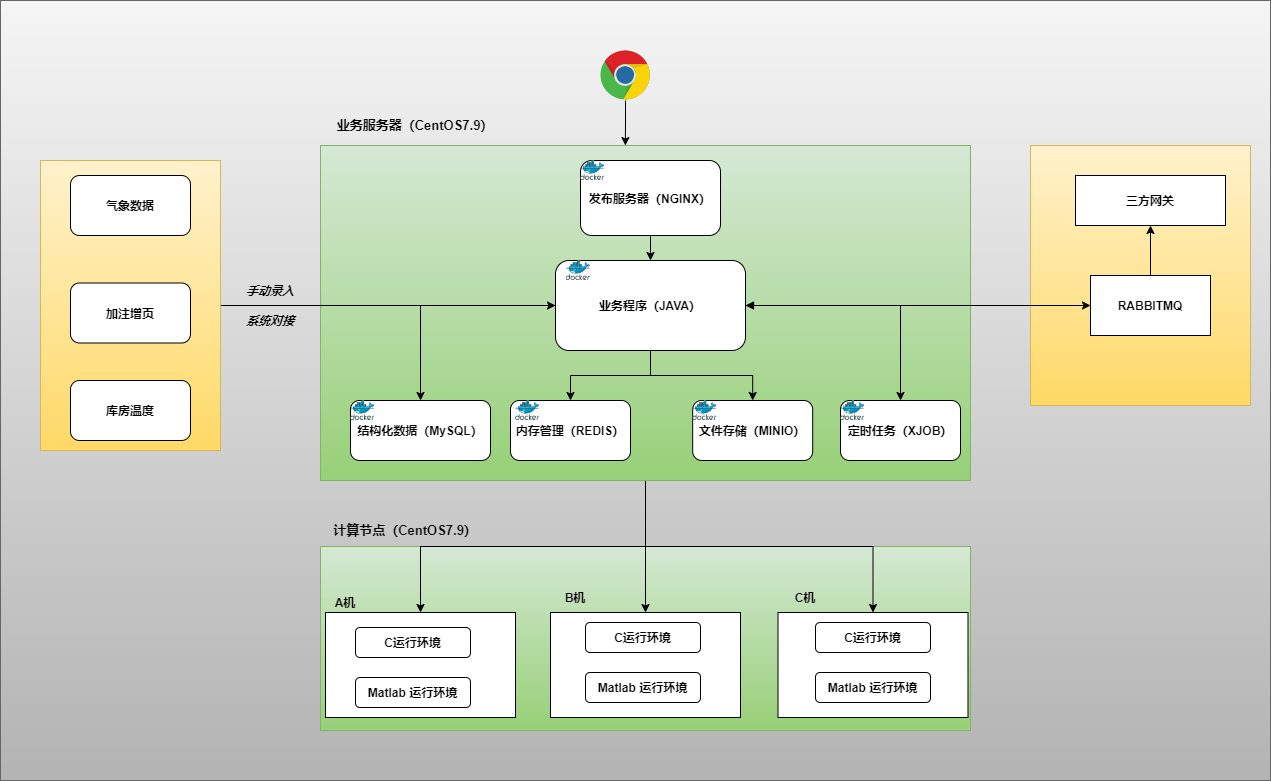
The draw.io diagram 加注项目图.drawio.png in liz2m/draw.images, before a commit. Source tidied: cells renumbered, new cells last; positions are measured from the earlier drawing's top-left corner, leaving out a move shared by most shapes. The source it was exported from:
```xml
<mxGraphModel>
  <root>
    <mxCell id="0" />
    <mxCell id="1" parent="0" />
    <mxCell id="2" style="rounded=0;whiteSpace=wrap;html=1;fillColor=#f5f5f5;strokeColor=#666666;gradientColor=#b3b3b3;" parent="1" vertex="1">
      <mxGeometry width="1270" height="780" as="geometry" />
    </mxCell>
    <mxCell id="3" style="rounded=0;whiteSpace=wrap;html=1;fillColor=#d5e8d4;strokeColor=#82b366;gradientColor=#97d077;" parent="1" vertex="1">
      <mxGeometry x="320" y="546" width="650" height="184" as="geometry" />
    </mxCell>
    <mxCell id="4" style="rounded=0;whiteSpace=wrap;html=1;fillColor=#fff2cc;strokeColor=#d6b656;gradientColor=#ffd966;" parent="1" vertex="1">
      <mxGeometry x="1030" y="145" width="220" height="260" as="geometry" />
    </mxCell>
    <mxCell id="5" style="edgeStyle=orthogonalEdgeStyle;rounded=0;jettySize=auto;html=1;entryX=0.5;entryY=0;entryDx=0;entryDy=0;" parent="1" edge="1" source="8" target="34">
      <mxGeometry relative="1" as="geometry" />
    </mxCell>
    <mxCell id="6" style="edgeStyle=orthogonalEdgeStyle;rounded=0;jettySize=auto;html=1;" parent="1" edge="1" source="8" target="38">
      <mxGeometry relative="1" as="geometry" />
    </mxCell>
    <mxCell id="7" style="edgeStyle=orthogonalEdgeStyle;rounded=0;jettySize=auto;html=1;entryX=0.5;entryY=0;entryDx=0;entryDy=0;" parent="1" edge="1" source="8" target="30">
      <mxGeometry relative="1" as="geometry" />
    </mxCell>
    <mxCell id="8" style="rounded=0;whiteSpace=wrap;html=1;fillColor=#d5e8d4;strokeColor=#82b366;gradientColor=#97d077;" parent="1" vertex="1">
      <mxGeometry x="320" y="145" width="650" height="335" as="geometry" />
    </mxCell>
    <mxCell id="9" style="dashed=0;outlineConnect=0;html=1;align=center;labelPosition=center;verticalLabelPosition=bottom;verticalAlign=top;shape=mxgraph.weblogos.chrome;" parent="1" vertex="1">
      <mxGeometry x="600" y="50" width="50" height="50" as="geometry" />
    </mxCell>
    <mxCell id="10" value="业务服务器（CentOS7.9）" style="text;html=1;align=center;verticalAlign=middle;whiteSpace=wrap;rounded=0;fontStyle=1;fontSize=13;" parent="1" vertex="1">
      <mxGeometry x="330" y="110" width="170" height="30" as="geometry" />
    </mxCell>
    <mxCell id="11" style="edgeStyle=orthogonalEdgeStyle;rounded=0;jettySize=auto;html=1;" parent="1" edge="1" source="12" target="18">
      <mxGeometry relative="1" as="geometry" />
    </mxCell>
    <mxCell id="12" value="发布服务器（NGINX）" style="rounded=1;whiteSpace=wrap;html=1;fontStyle=1;" parent="1" vertex="1">
      <mxGeometry x="580" y="160" width="140" height="75" as="geometry" />
    </mxCell>
    <mxCell id="13" style="edgeStyle=orthogonalEdgeStyle;rounded=0;jettySize=auto;html=1;" parent="1" edge="1" source="18" target="21">
      <mxGeometry relative="1" as="geometry" />
    </mxCell>
    <mxCell id="14" style="edgeStyle=orthogonalEdgeStyle;rounded=0;jettySize=auto;html=1;" parent="1" edge="1" source="18" target="22">
      <mxGeometry relative="1" as="geometry" />
    </mxCell>
    <mxCell id="15" style="edgeStyle=orthogonalEdgeStyle;rounded=0;jettySize=auto;html=1;" parent="1" edge="1" source="18" target="23">
      <mxGeometry relative="1" as="geometry" />
    </mxCell>
    <mxCell id="16" style="edgeStyle=orthogonalEdgeStyle;rounded=0;jettySize=auto;html=1;entryX=0.5;entryY=0;entryDx=0;entryDy=0;" parent="1" edge="1" source="18" target="27">
      <mxGeometry relative="1" as="geometry" />
    </mxCell>
    <mxCell id="17" style="edgeStyle=orthogonalEdgeStyle;rounded=0;jettySize=auto;html=1;startArrow=block;startFill=1;" parent="1" edge="1" source="18" target="43">
      <mxGeometry relative="1" as="geometry" />
    </mxCell>
    <mxCell id="18" value="业务程序（JAVA）" style="rounded=1;whiteSpace=wrap;html=1;fontStyle=1;" parent="1" vertex="1">
      <mxGeometry x="555" y="260" width="190" height="90" as="geometry" />
    </mxCell>
    <mxCell id="19" style="image;sketch=0;html=1;align=center;fontSize=12;image=img/lib/mscae/Docker.svg;" parent="1" vertex="1">
      <mxGeometry x="580" y="160" width="24.4" height="20" as="geometry" />
    </mxCell>
    <mxCell id="20" style="image;sketch=0;html=1;align=center;fontSize=12;image=img/lib/mscae/Docker.svg;" parent="1" vertex="1">
      <mxGeometry x="565.6" y="260" width="24.4" height="20" as="geometry" />
    </mxCell>
    <mxCell id="21" value="结构化数据（MySQL）" style="rounded=1;whiteSpace=wrap;html=1;fontStyle=1;" parent="1" vertex="1">
      <mxGeometry x="350" y="400" width="140" height="60" as="geometry" />
    </mxCell>
    <mxCell id="22" value="内存管理（REDIS）" style="rounded=1;whiteSpace=wrap;html=1;fontStyle=1;" parent="1" vertex="1">
      <mxGeometry x="510" y="400" width="120" height="60" as="geometry" />
    </mxCell>
    <mxCell id="23" value="文件存储（MINIO）" style="rounded=1;whiteSpace=wrap;html=1;fontStyle=1;" parent="1" vertex="1">
      <mxGeometry x="692.2" y="400" width="120" height="60" as="geometry" />
    </mxCell>
    <mxCell id="24" style="image;sketch=0;html=1;align=center;fontSize=12;image=img/lib/mscae/Docker.svg;" parent="1" vertex="1">
      <mxGeometry x="350" y="400" width="24.4" height="20" as="geometry" />
    </mxCell>
    <mxCell id="25" style="image;sketch=0;html=1;align=center;fontSize=12;image=img/lib/mscae/Docker.svg;" parent="1" vertex="1">
      <mxGeometry x="515" y="400" width="24.4" height="20" as="geometry" />
    </mxCell>
    <mxCell id="26" style="image;sketch=0;html=1;align=center;fontSize=12;image=img/lib/mscae/Docker.svg;" parent="1" vertex="1">
      <mxGeometry x="692.2" y="400" width="24.4" height="20" as="geometry" />
    </mxCell>
    <mxCell id="27" value="定时任务（XJOB）" style="rounded=1;whiteSpace=wrap;html=1;fontStyle=1;" parent="1" vertex="1">
      <mxGeometry x="840" y="400" width="120" height="60" as="geometry" />
    </mxCell>
    <mxCell id="28" style="image;sketch=0;html=1;align=center;fontSize=12;image=img/lib/mscae/Docker.svg;" parent="1" vertex="1">
      <mxGeometry x="840" y="400" width="24.4" height="20" as="geometry" />
    </mxCell>
    <mxCell id="29" style="edgeStyle=orthogonalEdgeStyle;rounded=0;jettySize=auto;html=1;entryX=0.469;entryY=0;entryDx=0;entryDy=0;entryPerimeter=0;" parent="1" edge="1" source="9" target="8">
      <mxGeometry relative="1" as="geometry" />
    </mxCell>
    <mxCell id="30" style="rounded=0;whiteSpace=wrap;html=1;" parent="1" vertex="1">
      <mxGeometry x="325" y="612" width="190" height="105" as="geometry" />
    </mxCell>
    <mxCell id="31" value="A机" style="text;html=1;align=center;verticalAlign=middle;whiteSpace=wrap;rounded=0;fontStyle=1;" parent="1" vertex="1">
      <mxGeometry x="320" y="592" width="50" height="20" as="geometry" />
    </mxCell>
    <mxCell id="32" value="C运行环境" style="rounded=1;whiteSpace=wrap;html=1;fontStyle=1;" parent="1" vertex="1">
      <mxGeometry x="355" y="627" width="115" height="30" as="geometry" />
    </mxCell>
    <mxCell id="33" value="Matlab 运行环境" style="rounded=1;whiteSpace=wrap;html=1;fontStyle=1;" parent="1" vertex="1">
      <mxGeometry x="355" y="677" width="115" height="30" as="geometry" />
    </mxCell>
    <mxCell id="34" style="rounded=0;whiteSpace=wrap;html=1;" parent="1" vertex="1">
      <mxGeometry x="550" y="612" width="190" height="105" as="geometry" />
    </mxCell>
    <mxCell id="35" value="B机" style="text;html=1;align=center;verticalAlign=middle;whiteSpace=wrap;rounded=0;fontStyle=1;" parent="1" vertex="1">
      <mxGeometry x="550" y="587" width="50" height="20" as="geometry" />
    </mxCell>
    <mxCell id="36" value="C运行环境" style="rounded=1;whiteSpace=wrap;html=1;fontStyle=1;" parent="1" vertex="1">
      <mxGeometry x="585" y="622" width="115" height="30" as="geometry" />
    </mxCell>
    <mxCell id="37" value="Matlab 运行环境" style="rounded=1;whiteSpace=wrap;html=1;fontStyle=1;" parent="1" vertex="1">
      <mxGeometry x="585" y="672" width="115" height="30" as="geometry" />
    </mxCell>
    <mxCell id="38" style="rounded=0;whiteSpace=wrap;html=1;" parent="1" vertex="1">
      <mxGeometry x="777.5" y="612" width="190" height="105" as="geometry" />
    </mxCell>
    <mxCell id="39" value="C机" style="text;html=1;align=center;verticalAlign=middle;whiteSpace=wrap;rounded=0;fontStyle=1;" parent="1" vertex="1">
      <mxGeometry x="780" y="587" width="50" height="20" as="geometry" />
    </mxCell>
    <mxCell id="40" value="C运行环境" style="rounded=1;whiteSpace=wrap;html=1;fontStyle=1;" parent="1" vertex="1">
      <mxGeometry x="815" y="622" width="115" height="30" as="geometry" />
    </mxCell>
    <mxCell id="41" value="Matlab 运行环境" style="rounded=1;whiteSpace=wrap;html=1;fontStyle=1;" parent="1" vertex="1">
      <mxGeometry x="815" y="672" width="115" height="30" as="geometry" />
    </mxCell>
    <mxCell id="42" style="edgeStyle=orthogonalEdgeStyle;rounded=0;jettySize=auto;html=1;" parent="1" edge="1" source="43" target="44">
      <mxGeometry relative="1" as="geometry" />
    </mxCell>
    <mxCell id="43" value="RABBITMQ" style="rounded=0;whiteSpace=wrap;html=1;fontStyle=1;" parent="1" vertex="1">
      <mxGeometry x="1090" y="275" width="120" height="60" as="geometry" />
    </mxCell>
    <mxCell id="44" value="三方网关" style="rounded=0;whiteSpace=wrap;html=1;fontStyle=1;" parent="1" vertex="1">
      <mxGeometry x="1075" y="175" width="150" height="50" as="geometry" />
    </mxCell>
    <mxCell id="45" value="计算节点（CentOS7.9）" style="text;html=1;align=center;verticalAlign=middle;whiteSpace=wrap;rounded=0;fontStyle=1;fontSize=13;" parent="1" vertex="1">
      <mxGeometry x="320" y="515" width="170" height="30" as="geometry" />
    </mxCell>
    <mxCell id="46" style="edgeStyle=orthogonalEdgeStyle;rounded=0;jettySize=auto;html=1;" parent="1" edge="1" source="47" target="18">
      <mxGeometry relative="1" as="geometry" />
    </mxCell>
    <mxCell id="47" style="rounded=0;whiteSpace=wrap;html=1;fillColor=#fff2cc;strokeColor=#d6b656;gradientColor=#ffd966;" parent="1" vertex="1">
      <mxGeometry x="40" y="160" width="180" height="290" as="geometry" />
    </mxCell>
    <mxCell id="48" value="气象数据" style="rounded=1;whiteSpace=wrap;html=1;fontStyle=1;" parent="1" vertex="1">
      <mxGeometry x="70" y="175" width="120" height="60" as="geometry" />
    </mxCell>
    <mxCell id="49" value="加注增页" style="rounded=1;whiteSpace=wrap;html=1;fontStyle=1;" parent="1" vertex="1">
      <mxGeometry x="70" y="282.5" width="120" height="60" as="geometry" />
    </mxCell>
    <mxCell id="50" value="库房温度" style="rounded=1;whiteSpace=wrap;html=1;fontStyle=1;" parent="1" vertex="1">
      <mxGeometry x="70" y="380" width="120" height="60" as="geometry" />
    </mxCell>
    <mxCell id="51" value="手动录入" style="text;html=1;align=center;verticalAlign=middle;whiteSpace=wrap;rounded=0;fontStyle=3;" parent="1" vertex="1">
      <mxGeometry x="240" y="275" width="60" height="30" as="geometry" />
    </mxCell>
    <mxCell id="52" value="系统对接" style="text;html=1;align=center;verticalAlign=middle;whiteSpace=wrap;rounded=0;fontStyle=3;" parent="1" vertex="1">
      <mxGeometry x="240" y="305" width="60" height="30" as="geometry" />
    </mxCell>
  </root>
</mxGraphModel>
```
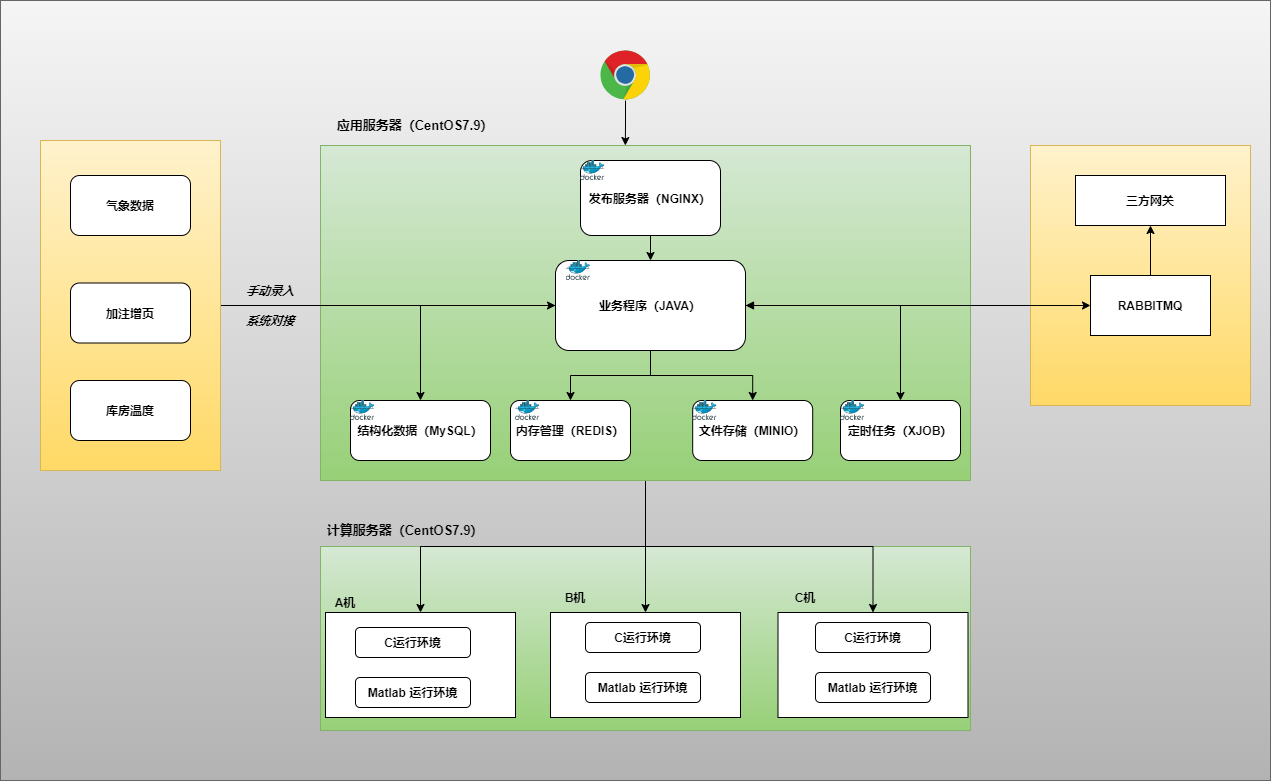
The same diagram one commit later.

Commit message:
已添加 加注项目图.drawio.png

Diff of the diagram source:
```diff
@@ -26,7 +26,7 @@
     <mxCell id="9" style="dashed=0;outlineConnect=0;html=1;align=center;labelPosition=center;verticalLabelPosition=bottom;verticalAlign=top;shape=mxgraph.weblogos.chrome;" parent="1" vertex="1">
       <mxGeometry x="600" y="50" width="50" height="50" as="geometry" />
     </mxCell>
-    <mxCell id="10" value="业务服务器（CentOS7.9）" style="text;html=1;align=center;verticalAlign=middle;whiteSpace=wrap;rounded=0;fontStyle=1;fontSize=13;" parent="1" vertex="1">
+    <mxCell id="10" value="应用服务器（CentOS7.9）" style="text;html=1;align=center;verticalAlign=middle;whiteSpace=wrap;rounded=0;fontStyle=1;fontSize=13;" parent="1" vertex="1">
       <mxGeometry x="330" y="110" width="170" height="30" as="geometry" />
     </mxCell>
     <mxCell id="11" style="edgeStyle=orthogonalEdgeStyle;rounded=0;jettySize=auto;html=1;" parent="1" edge="1" source="12" target="18">
@@ -131,14 +131,14 @@
     <mxCell id="44" value="三方网关" style="rounded=0;whiteSpace=wrap;html=1;fontStyle=1;" parent="1" vertex="1">
       <mxGeometry x="1075" y="175" width="150" height="50" as="geometry" />
     </mxCell>
-    <mxCell id="45" value="计算节点（CentOS7.9）" style="text;html=1;align=center;verticalAlign=middle;whiteSpace=wrap;rounded=0;fontStyle=1;fontSize=13;" parent="1" vertex="1">
+    <mxCell id="45" value="计算服务器（CentOS7.9）" style="text;html=1;align=center;verticalAlign=middle;whiteSpace=wrap;rounded=0;fontStyle=1;fontSize=13;" parent="1" vertex="1">
       <mxGeometry x="320" y="515" width="170" height="30" as="geometry" />
     </mxCell>
     <mxCell id="46" style="edgeStyle=orthogonalEdgeStyle;rounded=0;jettySize=auto;html=1;" parent="1" edge="1" source="47" target="18">
       <mxGeometry relative="1" as="geometry" />
     </mxCell>
     <mxCell id="47" style="rounded=0;whiteSpace=wrap;html=1;fillColor=#fff2cc;strokeColor=#d6b656;gradientColor=#ffd966;" parent="1" vertex="1">
-      <mxGeometry x="40" y="160" width="180" height="290" as="geometry" />
+      <mxGeometry x="40" y="140" width="180" height="330" as="geometry" />
     </mxCell>
     <mxCell id="48" value="气象数据" style="rounded=1;whiteSpace=wrap;html=1;fontStyle=1;" parent="1" vertex="1">
       <mxGeometry x="70" y="175" width="120" height="60" as="geometry" />
```
